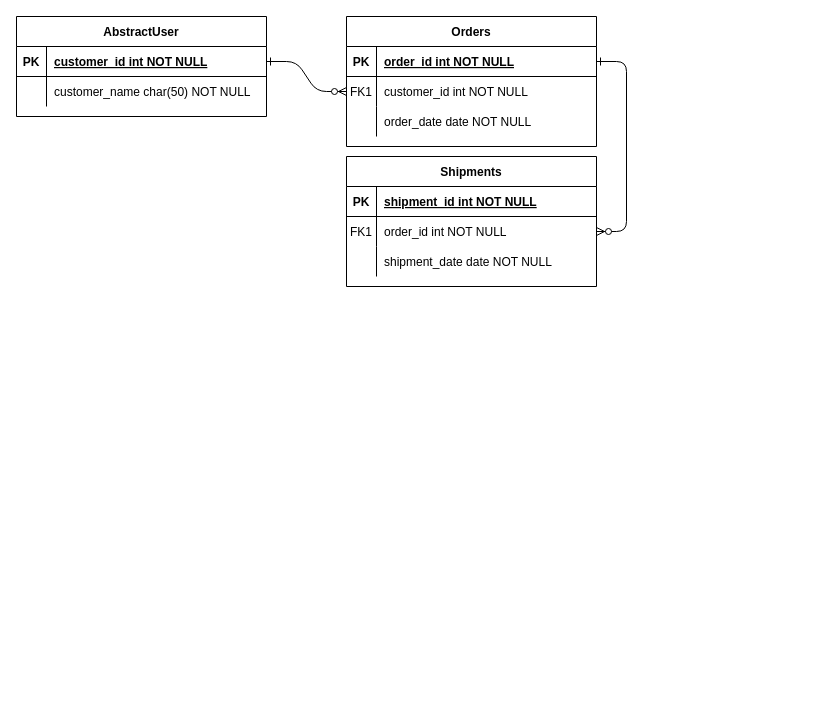
makmakom/h-p-a_questionnaire keeps this draw.io diagram as db_structure.drawio. Above is the earlier version. Source tidied: cells renumbered, new cells numbered last; positions are measured from the earlier drawing's top-left corner, leaving out a move shared by most shapes. Both pictures are drawn from the tidied source at 100%, with x=0, y=0 at pixel (16, 16).
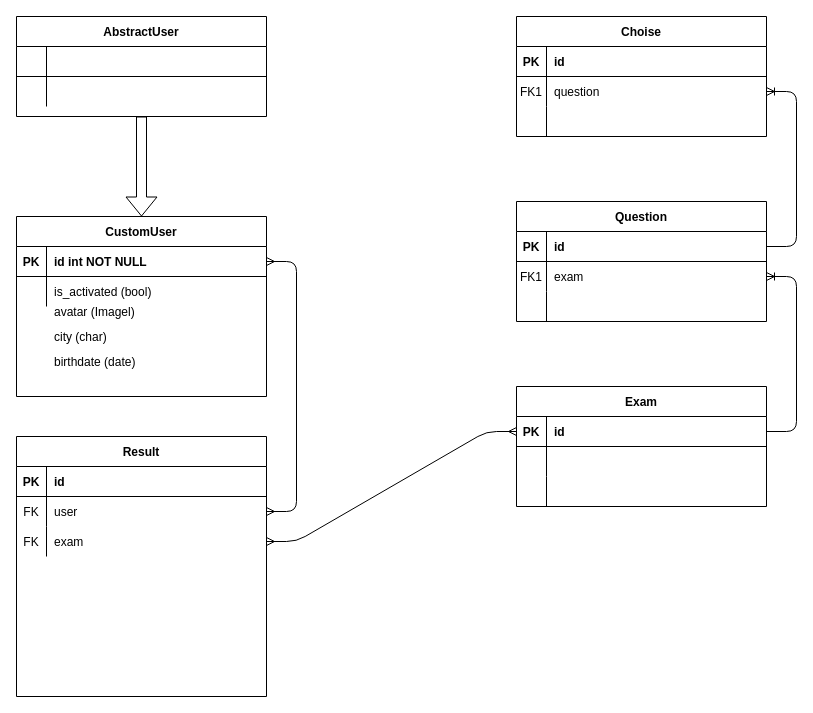
The same diagram, later.

The change refers to these unchanged cells:
```xml
<mxCell id="5" style="shape=partialRectangle;fillColor=none;points=[[0,0.5],[1,0.5]];portConstraint=eastwest;top=0;left=0;right=0;bottom=1;" parent="4" vertex="1">
  <mxGeometry y="30" width="250" height="30" as="geometry" />
</mxCell>
<mxCell id="8" style="shape=partialRectangle;fillColor=none;points=[[0,0.5],[1,0.5]];portConstraint=eastwest;top=0;left=0;right=0;bottom=0;" parent="4" vertex="1">
  <mxGeometry y="60" width="250" height="30" as="geometry" />
</mxCell>
<mxCell id="11" style="shape=partialRectangle;fillColor=none;top=0;left=0;right=0;bottom=0;" parent="4" vertex="1">
  <mxGeometry y="90" width="250" height="30" as="geometry" />
</mxCell>
<mxCell id="15" style="shape=partialRectangle;fillColor=none;points=[[0,0.5],[1,0.5]];portConstraint=eastwest;top=0;left=0;right=0;bottom=1;" parent="14" vertex="1">
  <mxGeometry y="30" width="250" height="30" as="geometry" />
</mxCell>
<mxCell id="18" style="shape=partialRectangle;fillColor=none;points=[[0,0.5],[1,0.5]];portConstraint=eastwest;top=0;left=0;right=0;bottom=0;" parent="14" vertex="1">
  <mxGeometry y="60" width="250" height="30" as="geometry" />
</mxCell>
<mxCell id="21" style="shape=partialRectangle;fillColor=none;top=0;left=0;right=0;bottom=0;" parent="14" vertex="1">
  <mxGeometry y="90" width="250" height="30" as="geometry" />
</mxCell>
<mxCell id="24" value="AbstractUser" style="shape=table;startSize=30;childLayout=tableLayout;rowLines=0;fontStyle=1;align=center;" parent="1" vertex="1">
  <mxGeometry width="250" height="100" as="geometry" />
</mxCell>
<mxCell id="25" style="shape=partialRectangle;fillColor=none;points=[[0,0.5],[1,0.5]];portConstraint=eastwest;top=0;left=0;right=0;bottom=1;" parent="24" vertex="1">
  <mxGeometry y="30" width="250" height="30" as="geometry" />
</mxCell>
<mxCell id="28" style="shape=partialRectangle;fillColor=none;top=0;left=0;right=0;bottom=0;" parent="24" vertex="1">
  <mxGeometry y="60" width="250" height="30" as="geometry" />
</mxCell>
```

Diff of the diagram source:
```diff
@@
-    <mxCell id="2" style="edgeStyle=entityRelationEdgeStyle;endArrow=ERzeroToMany;startArrow=ERone;endFill=1;startFill=0;" parent="1" edge="1" source="25" target="8">
-      <mxGeometry relative="1" as="geometry" />
-    </mxCell>
-    <mxCell id="3" style="edgeStyle=entityRelationEdgeStyle;endArrow=ERzeroToMany;startArrow=ERone;endFill=1;startFill=0;" parent="1" edge="1" source="5" target="18">
-      <mxGeometry relative="1" as="geometry" />
-    </mxCell>
-    <mxCell id="4" value="Orders" style="shape=table;startSize=30;childLayout=tableLayout;rowLines=0;fontStyle=1;align=center;" parent="1" vertex="1">
-      <mxGeometry x="330" width="250" height="130" as="geometry" />
+    <mxCell id="4" value="Choise" style="shape=table;startSize=30;childLayout=tableLayout;rowLines=0;fontStyle=1;align=center;" parent="1" vertex="1">
+      <mxGeometry x="500" width="250" height="120" as="geometry" />
     </mxCell>
@@
-    <mxCell id="7" value="order_id int NOT NULL " style="shape=partialRectangle;overflow=hidden;fillColor=none;top=0;left=0;bottom=0;right=0;align=left;spacingLeft=6;fontStyle=5;" parent="5" vertex="1">
+    <mxCell id="7" value="id" style="shape=partialRectangle;overflow=hidden;fillColor=none;top=0;left=0;bottom=0;right=0;align=left;spacingLeft=6;fontStyle=1;" parent="5" vertex="1">
       <mxGeometry x="30" width="220" height="30" as="geometry" />
     </mxCell>
@@
-    <mxCell id="10" value="customer_id int NOT NULL" style="shape=partialRectangle;overflow=hidden;fillColor=none;top=0;left=0;bottom=0;right=0;align=left;spacingLeft=6;" parent="8" vertex="1">
+    <mxCell id="10" value="question" style="shape=partialRectangle;overflow=hidden;fillColor=none;top=0;left=0;bottom=0;right=0;align=left;spacingLeft=6;" parent="8" vertex="1">
       <mxGeometry x="30" width="220" height="30" as="geometry" />
     </mxCell>
@@
-    <mxCell id="13" value="order_date date NOT NULL" style="shape=partialRectangle;overflow=hidden;fillColor=none;top=0;left=0;bottom=0;right=0;align=left;spacingLeft=6;" parent="11" vertex="1">
+    <mxCell id="13" style="shape=partialRectangle;overflow=hidden;fillColor=none;top=0;left=0;bottom=0;right=0;align=left;spacingLeft=6;" parent="11" vertex="1">
       <mxGeometry x="30" width="220" height="30" as="geometry" />
     </mxCell>
-    <mxCell id="14" value="Shipments" style="shape=table;startSize=30;childLayout=tableLayout;rowLines=0;fontStyle=1;align=center;" parent="1" vertex="1">
-      <mxGeometry x="330" y="140" width="250" height="130" as="geometry" />
+    <mxCell id="14" value="Question" style="shape=table;startSize=30;childLayout=tableLayout;rowLines=0;fontStyle=1;align=center;" parent="1" vertex="1">
+      <mxGeometry x="500" y="185" width="250" height="120" as="geometry" />
     </mxCell>
@@
-    <mxCell id="17" value="shipment_id int NOT NULL " style="shape=partialRectangle;overflow=hidden;fillColor=none;top=0;left=0;bottom=0;right=0;align=left;spacingLeft=6;fontStyle=5;" parent="15" vertex="1">
+    <mxCell id="17" value="id" style="shape=partialRectangle;overflow=hidden;fillColor=none;top=0;left=0;bottom=0;right=0;align=left;spacingLeft=6;fontStyle=1;" parent="15" vertex="1">
       <mxGeometry x="30" width="220" height="30" as="geometry" />
     </mxCell>
@@
-    <mxCell id="20" value="order_id int NOT NULL" style="shape=partialRectangle;overflow=hidden;fillColor=none;top=0;left=0;bottom=0;right=0;align=left;spacingLeft=6;" parent="18" vertex="1">
+    <mxCell id="20" value="exam" style="shape=partialRectangle;overflow=hidden;fillColor=none;top=0;left=0;bottom=0;right=0;align=left;spacingLeft=6;" parent="18" vertex="1">
       <mxGeometry x="30" width="220" height="30" as="geometry" />
     </mxCell>
@@
-    <mxCell id="23" value="shipment_date date NOT NULL" style="shape=partialRectangle;overflow=hidden;fillColor=none;top=0;left=0;bottom=0;right=0;align=left;spacingLeft=6;" parent="21" vertex="1">
+    <mxCell id="23" style="shape=partialRectangle;overflow=hidden;fillColor=none;top=0;left=0;bottom=0;right=0;align=left;spacingLeft=6;" parent="21" vertex="1">
       <mxGeometry x="30" width="220" height="30" as="geometry" />
     </mxCell>
@@
-    <mxCell id="26" value="PK" style="shape=partialRectangle;overflow=hidden;fillColor=none;top=0;left=0;bottom=0;right=0;fontStyle=1;" parent="25" vertex="1">
+    <mxCell id="26" style="shape=partialRectangle;overflow=hidden;fillColor=none;top=0;left=0;bottom=0;right=0;fontStyle=1;" parent="25" vertex="1">
       <mxGeometry width="30" height="30" as="geometry" />
     </mxCell>
-    <mxCell id="27" value="customer_id int NOT NULL " style="shape=partialRectangle;overflow=hidden;fillColor=none;top=0;left=0;bottom=0;right=0;align=left;spacingLeft=6;fontStyle=5;" parent="25" vertex="1">
+    <mxCell id="27" style="shape=partialRectangle;overflow=hidden;fillColor=none;top=0;left=0;bottom=0;right=0;align=left;spacingLeft=6;fontStyle=5;" parent="25" vertex="1">
       <mxGeometry x="30" width="220" height="30" as="geometry" />
     </mxCell>
@@
-    <mxCell id="30" value="customer_name char(50) NOT NULL" style="shape=partialRectangle;overflow=hidden;fillColor=none;top=0;left=0;bottom=0;right=0;align=left;spacingLeft=6;" parent="28" vertex="1">
+    <mxCell id="30" style="shape=partialRectangle;overflow=hidden;fillColor=none;top=0;left=0;bottom=0;right=0;align=left;spacingLeft=6;" parent="28" vertex="1">
       <mxGeometry x="30" width="220" height="30" as="geometry" />
     </mxCell>
+    <mxCell id="31" value="CustomUser" style="shape=table;startSize=30;childLayout=tableLayout;rowLines=0;fontStyle=1;align=center;" parent="1" vertex="1">
+      <mxGeometry y="200" width="250" height="180" as="geometry" />
+    </mxCell>
+    <mxCell id="32" style="shape=partialRectangle;fillColor=none;points=[[0,0.5],[1,0.5]];portConstraint=eastwest;top=0;left=0;right=0;bottom=1;" parent="31" vertex="1">
+      <mxGeometry y="30" width="250" height="30" as="geometry" />
+    </mxCell>
+    <mxCell id="33" value="PK" style="shape=partialRectangle;overflow=hidden;fillColor=none;top=0;left=0;bottom=0;right=0;fontStyle=1;" parent="32" vertex="1">
+      <mxGeometry width="30" height="30" as="geometry" />
+    </mxCell>
+    <mxCell id="34" value="id int NOT NULL " style="shape=partialRectangle;overflow=hidden;fillColor=none;top=0;left=0;bottom=0;right=0;align=left;spacingLeft=6;fontStyle=1;" parent="32" vertex="1">
+      <mxGeometry x="30" width="220" height="30" as="geometry" />
+    </mxCell>
+    <mxCell id="35" style="shape=partialRectangle;fillColor=none;top=0;left=0;right=0;bottom=0;" parent="31" vertex="1">
+      <mxGeometry y="60" width="250" height="30" as="geometry" />
+    </mxCell>
+    <mxCell id="36" style="shape=partialRectangle;overflow=hidden;fillColor=none;top=0;left=0;bottom=0;right=0;" parent="35" vertex="1">
+      <mxGeometry width="30" height="30" as="geometry" />
+    </mxCell>
+    <mxCell id="37" value="is_activated (bool)" style="shape=partialRectangle;overflow=hidden;fillColor=none;top=0;left=0;bottom=0;right=0;align=left;spacingLeft=6;" parent="35" vertex="1">
+      <mxGeometry x="30" width="220" height="30" as="geometry" />
+    </mxCell>
+    <mxCell id="38" value="avatar (Imagel)" style="shape=partialRectangle;overflow=hidden;fillColor=none;top=0;left=0;bottom=0;right=0;align=left;spacingLeft=6;" parent="1" vertex="1">
+      <mxGeometry x="30" y="280" width="220" height="30" as="geometry" />
+    </mxCell>
+    <mxCell id="39" value="birthdate (date)" style="shape=partialRectangle;overflow=hidden;fillColor=none;top=0;left=0;bottom=0;right=0;align=left;spacingLeft=6;" parent="1" vertex="1">
+      <mxGeometry x="30" y="330" width="220" height="30" as="geometry" />
+    </mxCell>
+    <mxCell id="40" value="city (char)" style="shape=partialRectangle;overflow=hidden;fillColor=none;top=0;left=0;bottom=0;right=0;align=left;spacingLeft=6;" parent="1" vertex="1">
+      <mxGeometry x="30" y="305" width="220" height="30" as="geometry" />
+    </mxCell>
+    <mxCell id="41" style="shape=flexArrow;endArrow=classic;html=1;entryX=0.5;entryY=0;entryDx=0;entryDy=0;exitX=0.5;exitY=1;exitDx=0;exitDy=0;" parent="1" edge="1" source="24" target="31">
+      <mxGeometry relative="1" as="geometry" />
+    </mxCell>
+    <mxCell id="42" style="edgeStyle=entityRelationEdgeStyle;fontSize=12;html=1;endArrow=ERoneToMany;exitX=1;exitY=0.5;exitDx=0;exitDy=0;" parent="1" edge="1" source="15" target="8">
+      <mxGeometry relative="1" as="geometry" />
+    </mxCell>
+    <mxCell id="43" value="Exam" style="shape=table;startSize=30;childLayout=tableLayout;rowLines=0;fontStyle=1;align=center;" parent="1" vertex="1">
+      <mxGeometry x="500" y="370" width="250" height="120" as="geometry" />
+    </mxCell>
+    <mxCell id="44" style="shape=partialRectangle;fillColor=none;points=[[0,0.5],[1,0.5]];portConstraint=eastwest;top=0;left=0;right=0;bottom=1;" parent="43" vertex="1">
+      <mxGeometry y="30" width="250" height="30" as="geometry" />
+    </mxCell>
+    <mxCell id="45" value="PK" style="shape=partialRectangle;overflow=hidden;fillColor=none;top=0;left=0;bottom=0;right=0;fontStyle=1;" parent="44" vertex="1">
+      <mxGeometry width="30" height="30" as="geometry" />
+    </mxCell>
+    <mxCell id="46" value="id" style="shape=partialRectangle;overflow=hidden;fillColor=none;top=0;left=0;bottom=0;right=0;align=left;spacingLeft=6;fontStyle=1;" parent="44" vertex="1">
+      <mxGeometry x="30" width="220" height="30" as="geometry" />
+    </mxCell>
+    <mxCell id="47" style="shape=partialRectangle;fillColor=none;top=0;left=0;right=0;bottom=0;" parent="43" vertex="1">
+      <mxGeometry y="60" width="250" height="30" as="geometry" />
+    </mxCell>
+    <mxCell id="48" style="shape=partialRectangle;overflow=hidden;fillColor=none;top=0;left=0;bottom=0;right=0;" parent="47" vertex="1">
+      <mxGeometry width="30" height="30" as="geometry" />
+    </mxCell>
+    <mxCell id="49" style="shape=partialRectangle;overflow=hidden;fillColor=none;top=0;left=0;bottom=0;right=0;align=left;spacingLeft=6;" parent="47" vertex="1">
+      <mxGeometry x="30" width="220" height="30" as="geometry" />
+    </mxCell>
+    <mxCell id="50" style="shape=partialRectangle;fillColor=none;top=0;left=0;right=0;bottom=0;" parent="43" vertex="1">
+      <mxGeometry y="90" width="250" height="30" as="geometry" />
+    </mxCell>
+    <mxCell id="51" style="shape=partialRectangle;overflow=hidden;fillColor=none;top=0;left=0;bottom=0;right=0;" parent="50" vertex="1">
+      <mxGeometry width="30" height="30" as="geometry" />
+    </mxCell>
+    <mxCell id="52" style="shape=partialRectangle;overflow=hidden;fillColor=none;top=0;left=0;bottom=0;right=0;align=left;spacingLeft=6;" parent="50" vertex="1">
+      <mxGeometry x="30" width="220" height="30" as="geometry" />
+    </mxCell>
+    <mxCell id="53" style="edgeStyle=entityRelationEdgeStyle;fontSize=12;html=1;endArrow=ERoneToMany;exitX=1;exitY=0.5;exitDx=0;exitDy=0;entryX=1;entryY=0.5;entryDx=0;entryDy=0;" parent="1" edge="1" source="44" target="18">
+      <mxGeometry relative="1" as="geometry" />
+    </mxCell>
+    <mxCell id="54" value="Result" style="shape=table;startSize=30;childLayout=tableLayout;rowLines=0;fontStyle=1;align=center;" parent="1" vertex="1">
+      <mxGeometry y="420" width="250" height="260" as="geometry" />
+    </mxCell>
+    <mxCell id="55" style="shape=partialRectangle;fillColor=none;top=0;left=0;right=0;bottom=1;" parent="54" vertex="1">
+      <mxGeometry y="30" width="250" height="30" as="geometry" />
+    </mxCell>
+    <mxCell id="56" value="PK" style="shape=partialRectangle;overflow=hidden;fillColor=none;top=0;left=0;bottom=0;right=0;fontStyle=1;" parent="55" vertex="1">
+      <mxGeometry width="30" height="30" as="geometry" />
+    </mxCell>
+    <mxCell id="57" value="id" style="shape=partialRectangle;overflow=hidden;fillColor=none;top=0;left=0;bottom=0;right=0;align=left;spacingLeft=6;fontStyle=1;" parent="55" vertex="1">
+      <mxGeometry x="30" width="220" height="30" as="geometry" />
+    </mxCell>
+    <mxCell id="58" style="shape=partialRectangle;fillColor=none;points=[[0,0.5],[1,0.5]];portConstraint=eastwest;top=0;left=0;right=0;bottom=0;" parent="54" vertex="1">
+      <mxGeometry y="60" width="250" height="30" as="geometry" />
+    </mxCell>
+    <mxCell id="59" value="FK" style="shape=partialRectangle;overflow=hidden;fillColor=none;top=0;left=0;bottom=0;right=0;" parent="58" vertex="1">
+      <mxGeometry width="30" height="30" as="geometry" />
+    </mxCell>
+    <mxCell id="60" value="user" style="shape=partialRectangle;overflow=hidden;fillColor=none;top=0;left=0;bottom=0;right=0;align=left;spacingLeft=6;" parent="58" vertex="1">
+      <mxGeometry x="30" width="220" height="30" as="geometry" />
+    </mxCell>
+    <mxCell id="61" style="shape=partialRectangle;fillColor=none;points=[[0,0.5],[1,0.5]];portConstraint=eastwest;top=0;left=0;right=0;bottom=0;" parent="54" vertex="1">
+      <mxGeometry y="90" width="250" height="30" as="geometry" />
+    </mxCell>
+    <mxCell id="62" value="FK" style="shape=partialRectangle;overflow=hidden;fillColor=none;top=0;left=0;bottom=0;right=0;" parent="61" vertex="1">
+      <mxGeometry width="30" height="30" as="geometry" />
+    </mxCell>
+    <mxCell id="63" value="exam" style="shape=partialRectangle;overflow=hidden;fillColor=none;top=0;left=0;bottom=0;right=0;align=left;spacingLeft=6;" parent="61" vertex="1">
+      <mxGeometry x="30" width="220" height="30" as="geometry" />
+    </mxCell>
+    <mxCell id="64" style="edgeStyle=entityRelationEdgeStyle;fontSize=12;html=1;endArrow=ERmany;startArrow=ERmany;entryX=0;entryY=0.5;entryDx=0;entryDy=0;" parent="1" edge="1" source="61" target="44">
+      <mxGeometry relative="1" as="geometry" />
+    </mxCell>
+    <mxCell id="65" style="edgeStyle=entityRelationEdgeStyle;fontSize=12;html=1;endArrow=ERmany;startArrow=ERmany;" parent="1" edge="1" source="32" target="58">
+      <mxGeometry relative="1" as="geometry" />
+    </mxCell>
```
